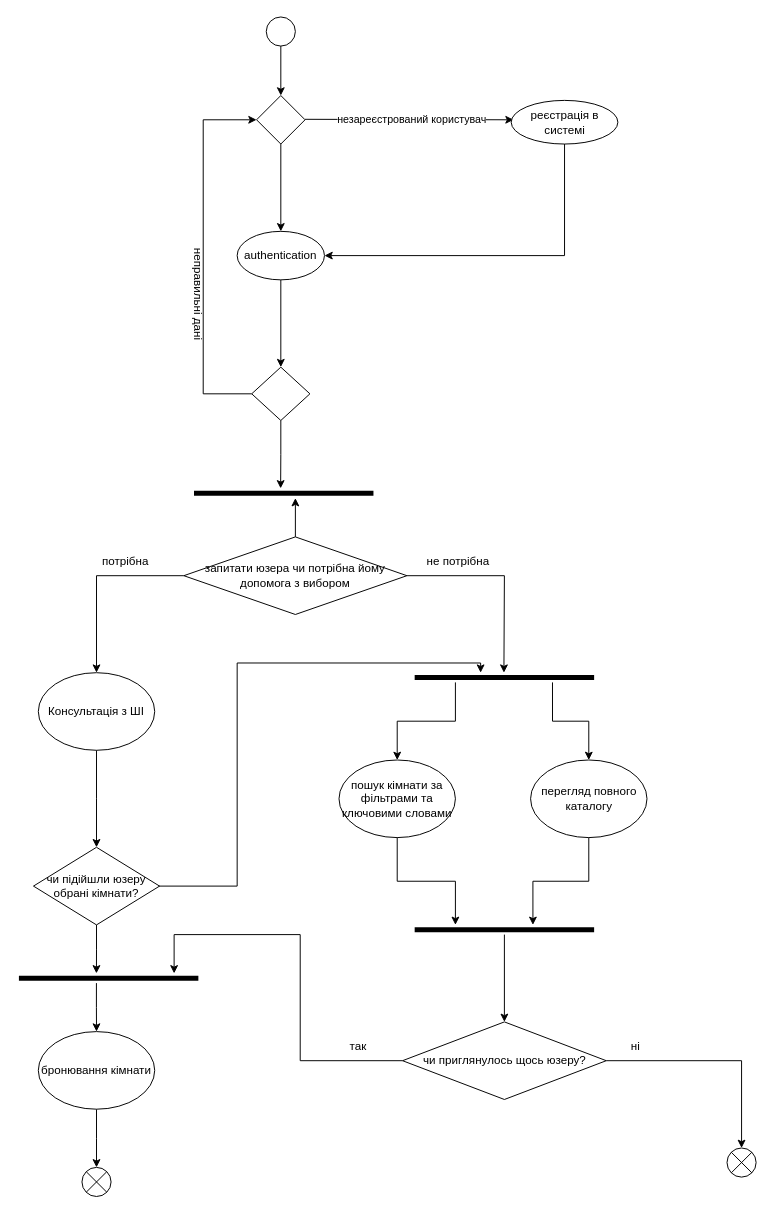
Before: activity diagram user.drawio in Maksym-Perehinets/TSPP, a draw.io diagram. Source tidied: cells renumbered, new cells numbered last; positions are measured from the earlier drawing's top-left corner, leaving out a move shared by most shapes. Both pictures are drawn from the tidied source at 97%, with x=0, y=0 at pixel (18, 16).
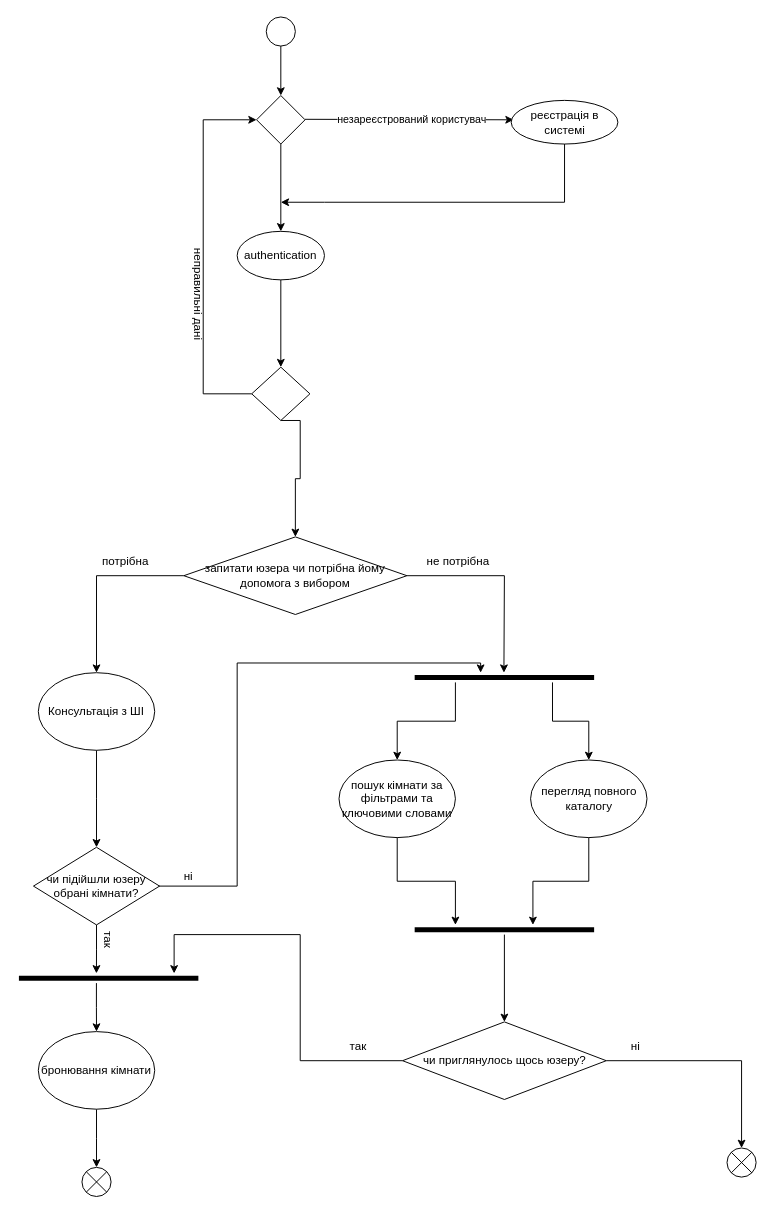
The same diagram, later.

Unchanged cells that the change refers to:
```xml
<mxCell id="7" value="запитати юзера чи потрібна йому допомога з вибором " style="rhombus;whiteSpace=wrap;html=1;" parent="1" vertex="1">
  <mxGeometry x="170" y="536" width="230" height="80" as="geometry" />
</mxCell>
<mxCell id="41" value="реєстрація в системі" style="ellipse;whiteSpace=wrap;html=1;" parent="1" vertex="1">
  <mxGeometry x="507.5" y="86" width="110" height="45" as="geometry" />
</mxCell>
<mxCell id="43" value="authentication" style="ellipse;whiteSpace=wrap;html=1;" parent="1" vertex="1">
  <mxGeometry x="225" y="221" width="90" height="50" as="geometry" />
</mxCell>
<mxCell id="46" style="rhombus;whiteSpace=wrap;html=1;" parent="1" vertex="1">
  <mxGeometry x="240" y="361" width="60" height="55" as="geometry" />
</mxCell>
```

What changed in the source:
```diff
@@
-    <mxCell id="4" style="line;strokeWidth=5;dashed=0;labelPosition=right;align=left;verticalAlign=middle;spacingTop=0;spacingLeft=6;points=[];portConstraint=eastwest;" parent="1" vertex="1">
-      <mxGeometry x="180.5" y="486" width="185" height="10" as="geometry" />
-    </mxCell>
@@
-    <mxCell id="8" style="edgeStyle=orthogonalEdgeStyle;rounded=0;jettySize=auto;html=1;entryX=0.565;entryY=1;entryDx=0;entryDy=0;entryPerimeter=0;" parent="1" edge="1" source="7" target="4">
-      <mxGeometry relative="1" as="geometry" />
-    </mxCell>
@@
-    <mxCell id="40" style="edgeStyle=orthogonalEdgeStyle;rounded=0;jettySize=auto;html=1;entryX=1;entryY=0.5;entryDx=0;entryDy=0;" parent="1" edge="1" source="41" target="43">
+    <mxCell id="40" style="edgeStyle=orthogonalEdgeStyle;rounded=0;jettySize=auto;html=1;" parent="1" edge="1" source="41">
       <mxGeometry relative="1" as="geometry">
+        <mxPoint x="270" y="191" as="targetPoint" />
         <Array as="points">
-          <mxPoint x="563" y="246" />
+          <mxPoint x="563" y="191" />
+          <mxPoint x="315" y="191" />
         </Array>
       </mxGeometry>
     </mxCell>
@@
-    <mxCell id="45" style="edgeStyle=orthogonalEdgeStyle;rounded=0;jettySize=auto;html=1;exitX=0.5;exitY=1;exitDx=0;exitDy=0;" parent="1" edge="1" source="46">
+    <mxCell id="45" style="edgeStyle=orthogonalEdgeStyle;rounded=0;jettySize=auto;html=1;exitX=0.5;exitY=1;exitDx=0;exitDy=0;entryX=0.5;entryY=0;entryDx=0;entryDy=0;" parent="1" edge="1" source="46" target="7">
       <mxGeometry relative="1" as="geometry">
-        <mxPoint x="269.8" y="486" as="targetPoint" />
+        <Array as="points">
+          <mxPoint x="290" y="416" />
+          <mxPoint x="290" y="476" />
+          <mxPoint x="285" y="476" />
+        </Array>
       </mxGeometry>
     </mxCell>
@@
+    <mxCell id="48" value="&lt;div&gt;ні&lt;/div&gt;" style="text;html=1;align=center;verticalAlign=middle;whiteSpace=wrap;rounded=0;" parent="1" vertex="1">
+      <mxGeometry x="145" y="871" width="60" height="30" as="geometry" />
+    </mxCell>
+    <mxCell id="49" value="&lt;div&gt;так&lt;/div&gt;" style="text;html=1;align=center;verticalAlign=middle;whiteSpace=wrap;rounded=0;rotation=90;" parent="1" vertex="1">
+      <mxGeometry x="62.5" y="936" width="60" height="30" as="geometry" />
+    </mxCell>
```
